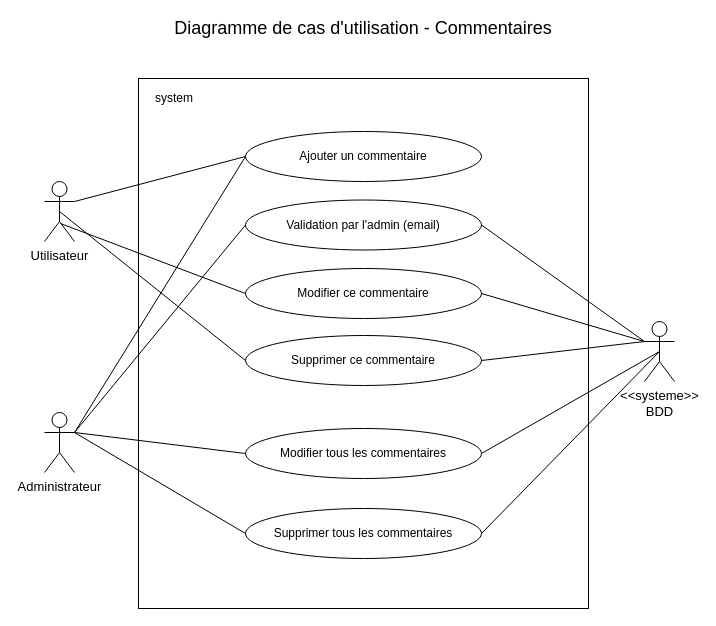
AzzeddDev/p5_blog_php keeps this draw.io diagram as diagrammes/1.3-diagram-cas-d-utilisateur-comments.drawio. Above is the earlier version. Source tidied: cells renumbered, new cells numbered last; positions are measured from the earlier drawing's top-left corner, leaving out a move shared by most shapes. Both pictures are drawn from the tidied source at 100%, with x=0, y=0 at pixel (44, 18).
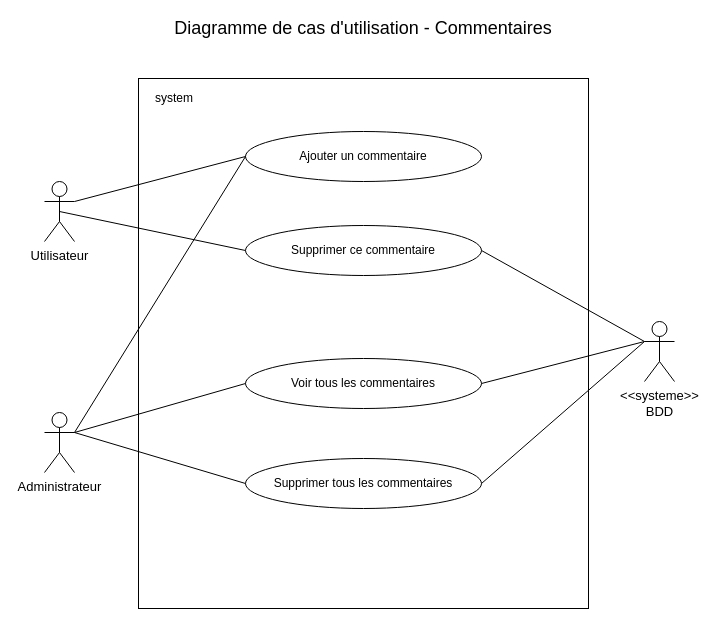
The same page after the edit.

Unchanged cells that the change refers to:
```xml
<mxCell id="5" value="Utilisateur" style="shape=umlActor;verticalLabelPosition=bottom;labelBackgroundColor=#ffffff;verticalAlign=top;html=1;fontSize=13;" parent="1" vertex="1">
  <mxGeometry y="163" width="30" height="60" as="geometry" />
</mxCell>
<mxCell id="6" value="Administrateur" style="shape=umlActor;verticalLabelPosition=bottom;labelBackgroundColor=#ffffff;verticalAlign=top;html=1;fontSize=13;" parent="1" vertex="1">
  <mxGeometry y="394" width="30" height="60" as="geometry" />
</mxCell>
<mxCell id="7" value="&amp;lt;&amp;lt;systeme&amp;gt;&amp;gt;&lt;br&gt;BDD" style="shape=umlActor;verticalLabelPosition=bottom;labelBackgroundColor=#ffffff;verticalAlign=top;html=1;fontSize=13;" parent="1" vertex="1">
  <mxGeometry x="600" y="303" width="30" height="60" as="geometry" />
</mxCell>
```

What changed in the source:
```diff
@@
-    <mxCell id="9" value="Modifier ce commentaire" style="ellipse;whiteSpace=wrap;html=1;" parent="1" vertex="1">
-      <mxGeometry x="201" y="250" width="236" height="50" as="geometry" />
-    </mxCell>
     <mxCell id="10" value="Supprimer ce commentaire" style="ellipse;whiteSpace=wrap;html=1;" parent="1" vertex="1">
-      <mxGeometry x="201" y="317" width="236" height="50" as="geometry" />
+      <mxGeometry x="201" y="207" width="236" height="50" as="geometry" />
     </mxCell>
-    <mxCell id="11" value="Modifier tous les commentaires" style="ellipse;whiteSpace=wrap;html=1;" parent="1" vertex="1">
-      <mxGeometry x="201" y="410" width="236" height="50" as="geometry" />
+    <mxCell id="11" value="Voir tous les commentaires" style="ellipse;whiteSpace=wrap;html=1;" parent="1" vertex="1">
+      <mxGeometry x="201" y="340" width="236" height="50" as="geometry" />
     </mxCell>
     <mxCell id="12" value="Supprimer tous les commentaires" style="ellipse;whiteSpace=wrap;html=1;" parent="1" vertex="1">
-      <mxGeometry x="201" y="490" width="236" height="50" as="geometry" />
+      <mxGeometry x="201" y="440" width="236" height="50" as="geometry" />
     </mxCell>
@@
-    <mxCell id="15" style="endArrow=none;html=1;entryX=0;entryY=0.5;entryDx=0;entryDy=0;exitX=0.533;exitY=0.7;exitDx=0;exitDy=0;exitPerimeter=0;" parent="1" edge="1" source="5" target="9">
-      <mxGeometry relative="1" as="geometry" />
-    </mxCell>
@@
-    <mxCell id="19" style="endArrow=none;html=1;entryX=1;entryY=0.5;entryDx=0;entryDy=0;exitX=0;exitY=0.3333333333333333;exitDx=0;exitDy=0;exitPerimeter=0;" parent="1" edge="1" source="7" target="24">
-      <mxGeometry relative="1" as="geometry" />
-    </mxCell>
-    <mxCell id="20" style="endArrow=none;html=1;entryX=1;entryY=0.5;entryDx=0;entryDy=0;exitX=0;exitY=0.3333333333333333;exitDx=0;exitDy=0;exitPerimeter=0;" parent="1" edge="1" source="7" target="9">
-      <mxGeometry relative="1" as="geometry" />
-    </mxCell>
@@
-    <mxCell id="22" style="endArrow=none;html=1;entryX=1;entryY=0.5;entryDx=0;entryDy=0;exitX=0.5;exitY=0.5;exitDx=0;exitDy=0;exitPerimeter=0;" parent="1" edge="1" source="7" target="11">
+    <mxCell id="22" style="endArrow=none;html=1;entryX=1;entryY=0.5;entryDx=0;entryDy=0;exitX=0;exitY=0.3333333333333333;exitDx=0;exitDy=0;exitPerimeter=0;" parent="1" edge="1" source="7" target="11">
       <mxGeometry relative="1" as="geometry" />
     </mxCell>
-    <mxCell id="23" style="endArrow=none;html=1;entryX=1;entryY=0.5;entryDx=0;entryDy=0;exitX=0.5;exitY=0.5;exitDx=0;exitDy=0;exitPerimeter=0;" parent="1" edge="1" source="7" target="12">
+    <mxCell id="23" style="endArrow=none;html=1;entryX=1;entryY=0.5;entryDx=0;entryDy=0;exitX=0;exitY=0.3333333333333333;exitDx=0;exitDy=0;exitPerimeter=0;" parent="1" edge="1" source="7" target="12">
       <mxGeometry relative="1" as="geometry" />
     </mxCell>
-    <mxCell id="24" value="Validation par l'admin (email)" style="ellipse;whiteSpace=wrap;html=1;" parent="1" vertex="1">
-      <mxGeometry x="201" y="181.5" width="236" height="50" as="geometry" />
-    </mxCell>
-    <mxCell id="25" style="endArrow=none;html=1;entryX=1;entryY=0.3333333333333333;entryDx=0;entryDy=0;entryPerimeter=0;exitX=0;exitY=0.5;exitDx=0;exitDy=0;" parent="1" edge="1" source="24" target="6">
-      <mxGeometry relative="1" as="geometry" />
-    </mxCell>
```
